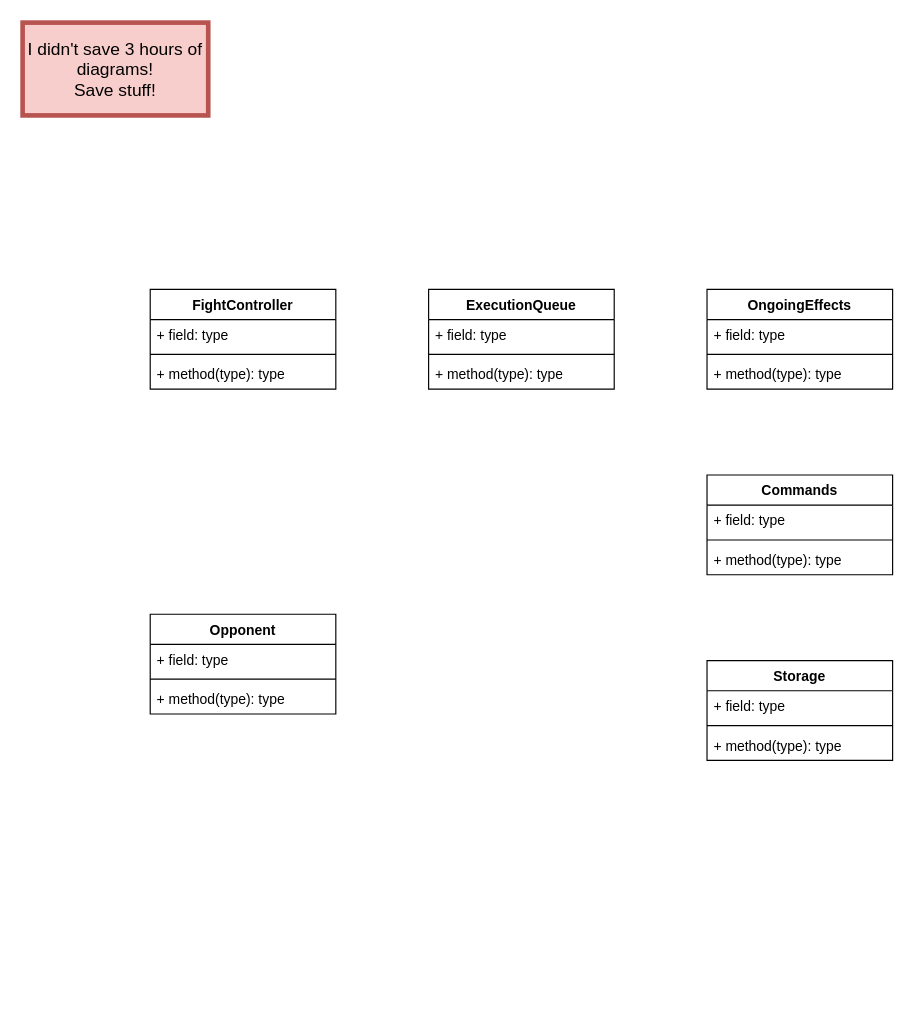
Gryfin123/diagrams_with_no_context keeps this draw.io diagram as chain-of-command-game-flow.drawio. Above is the earlier version. Source tidied: cells renumbered, new cells numbered last; positions are measured from the earlier drawing's top-left corner, leaving out a move shared by most shapes. Both pictures are drawn from the tidied source at 116%, with x=0, y=0 at pixel (22, 22).
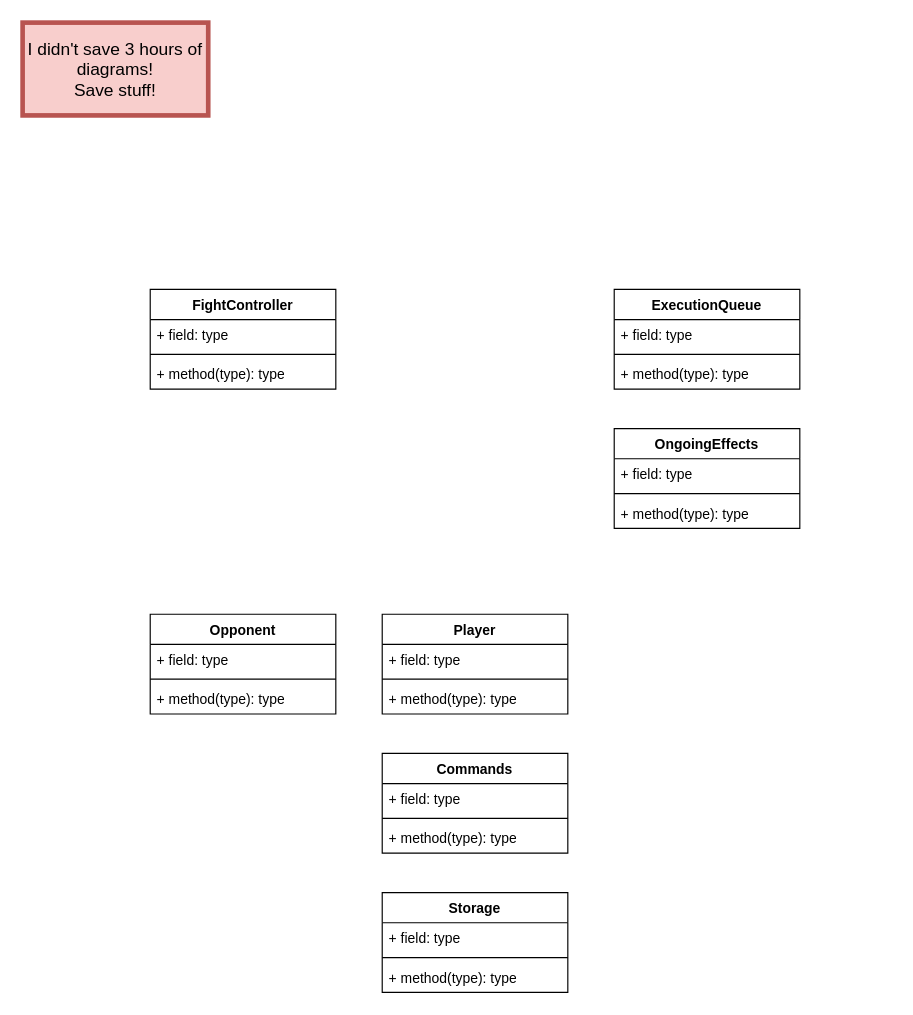
Above is the later version.

The edit, as a diff of the source:
```diff
@@
     <mxCell id="2" value="ExecutionQueue" style="swimlane;fontStyle=1;align=center;verticalAlign=top;horizontal=1;startSize=26;whiteSpace=wrap;html=1;" parent="1" vertex="1">
-      <mxGeometry x="350" y="230" width="160" height="86" as="geometry" />
+      <mxGeometry x="510" y="230" width="160" height="86" as="geometry" />
     </mxCell>
@@
     <mxCell id="6" value="&lt;div&gt;OngoingEffects&lt;/div&gt;" style="swimlane;fontStyle=1;align=center;verticalAlign=top;horizontal=1;startSize=26;whiteSpace=wrap;html=1;" parent="1" vertex="1">
-      <mxGeometry x="590" y="230" width="160" height="86" as="geometry" />
+      <mxGeometry x="510" y="350" width="160" height="86" as="geometry" />
     </mxCell>
@@
     <mxCell id="10" value="Commands" style="swimlane;fontStyle=1;align=center;verticalAlign=top;horizontal=1;startSize=26;whiteSpace=wrap;html=1;" parent="1" vertex="1">
-      <mxGeometry x="590" y="390" width="160" height="86" as="geometry" />
+      <mxGeometry x="310" y="630" width="160" height="86" as="geometry" />
     </mxCell>
@@
     <mxCell id="19" value="Storage" style="swimlane;fontStyle=1;align=center;verticalAlign=top;horizontal=1;startSize=26;whiteSpace=wrap;html=1;" parent="1" vertex="1">
-      <mxGeometry x="590" y="550" width="160" height="86" as="geometry" />
+      <mxGeometry x="310" y="750" width="160" height="86" as="geometry" />
     </mxCell>
@@
+    <mxCell id="27" value="&lt;div&gt;Player&lt;/div&gt;" style="swimlane;fontStyle=1;align=center;verticalAlign=top;horizontal=1;startSize=26;whiteSpace=wrap;html=1;" parent="1" vertex="1">
+      <mxGeometry x="310" y="510" width="160" height="86" as="geometry" />
+    </mxCell>
+    <mxCell id="28" value="+ field: type" style="text;strokeColor=none;fillColor=none;align=left;verticalAlign=top;spacingLeft=4;spacingRight=4;overflow=hidden;whiteSpace=wrap;html=1;" parent="27" vertex="1">
+      <mxGeometry y="26" width="160" height="26" as="geometry" />
+    </mxCell>
+    <mxCell id="29" style="line;strokeWidth=1;fillColor=none;align=left;verticalAlign=middle;spacingTop=-1;spacingLeft=3;spacingRight=3;labelPosition=right;strokeColor=inherit;" parent="27" vertex="1">
+      <mxGeometry y="52" width="160" height="8" as="geometry" />
+    </mxCell>
+    <mxCell id="30" value="+ method(type): type" style="text;strokeColor=none;fillColor=none;align=left;verticalAlign=top;spacingLeft=4;spacingRight=4;overflow=hidden;whiteSpace=wrap;html=1;" parent="27" vertex="1">
+      <mxGeometry y="60" width="160" height="26" as="geometry" />
+    </mxCell>
```
